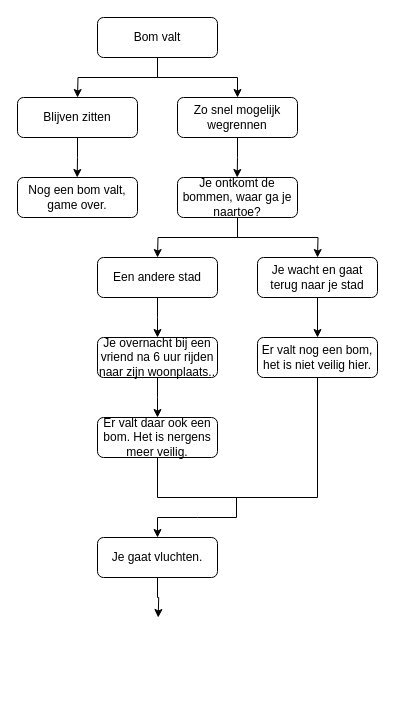
The draw.io diagram VluchtelingVerhaalFlowchart.drawio in JAlexis5/Beroepsopdracht, before the edit. Source tidied: cells renumbered, new cells numbered last; positions are measured from the earlier drawing's top-left corner, leaving out a move shared by most shapes. Both pictures are drawn from the tidied source at 100%, with x=0, y=0 at pixel (17, 17).
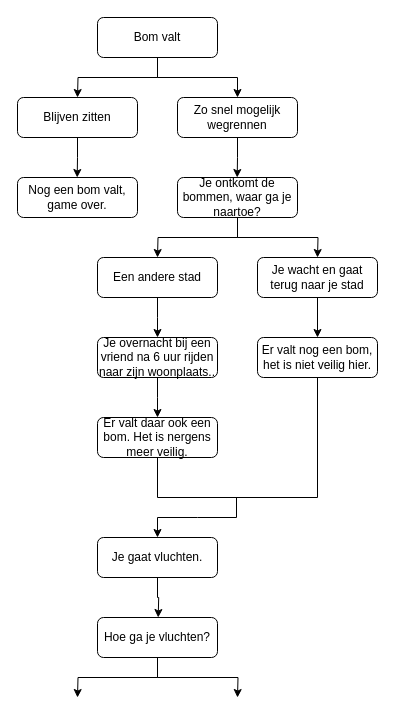
The same page after the edit.

Diff of the diagram source:
```diff
@@
+    <mxCell id="25" style="edgeStyle=orthogonalEdgeStyle;rounded=0;jettySize=auto;html=1;exitX=0.5;exitY=1;exitDx=0;exitDy=0;" parent="1" edge="1" source="27">
+      <mxGeometry relative="1" as="geometry">
+        <mxPoint x="60" y="680" as="targetPoint" />
+      </mxGeometry>
+    </mxCell>
+    <mxCell id="26" style="edgeStyle=orthogonalEdgeStyle;rounded=0;jettySize=auto;html=1;exitX=0.5;exitY=1;exitDx=0;exitDy=0;" parent="1" edge="1" source="27">
+      <mxGeometry relative="1" as="geometry">
+        <mxPoint x="220" y="680" as="targetPoint" />
+      </mxGeometry>
+    </mxCell>
+    <mxCell id="27" value="Hoe ga je vluchten?" style="rounded=1;whiteSpace=wrap;html=1;" parent="1" vertex="1">
+      <mxGeometry x="80" y="600" width="120" height="40" as="geometry" />
+    </mxCell>
```
